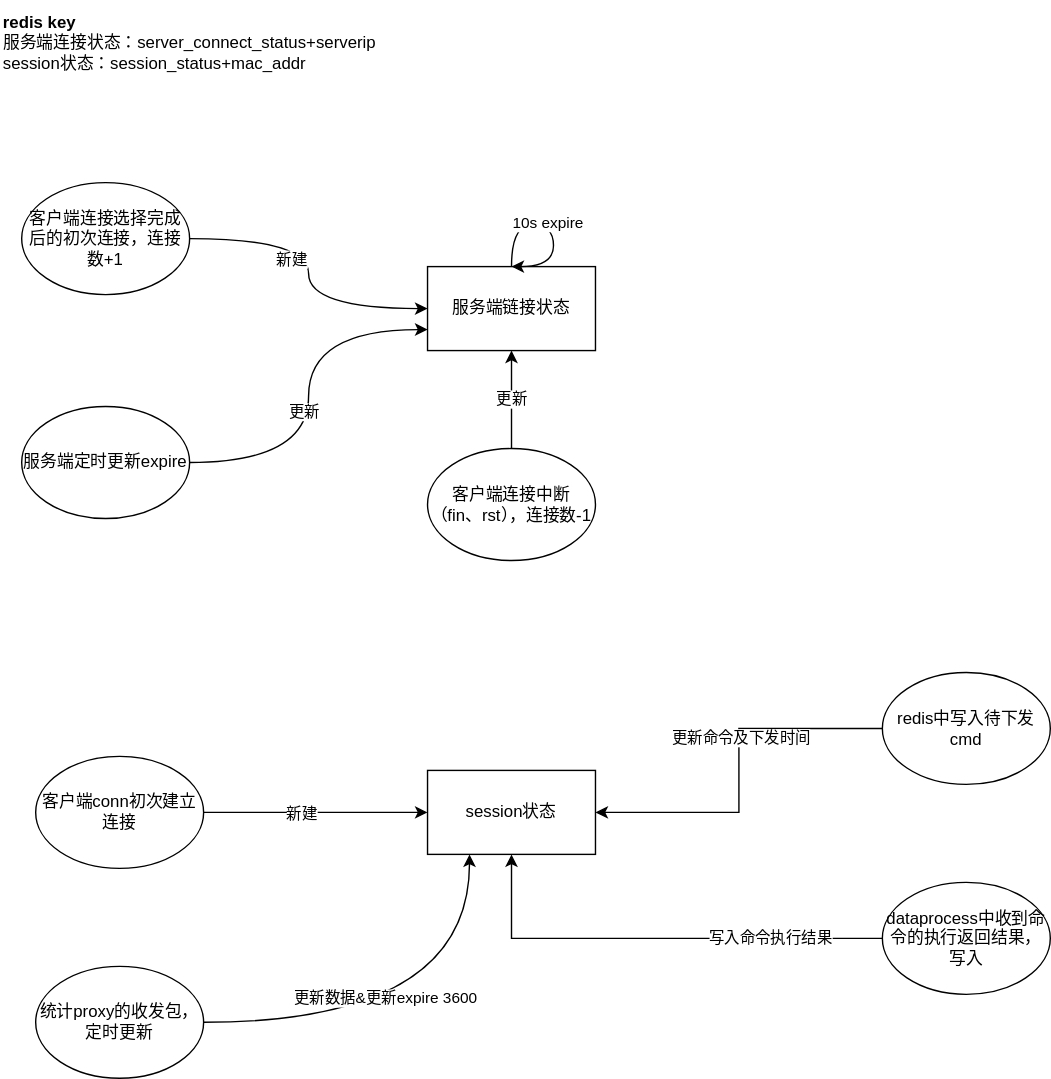
Earlier version of the draw.io export tc_redis统计数据状态转移图.svg (c17abab/diag_pics). Source tidied: cells renumbered, new cells last; positions are measured from the earlier drawing's top-left corner, leaving out a move shared by most shapes. Its diagram source:
```xml
<mxGraphModel background="#ffffff">
  <root>
    <mxCell id="0" />
    <mxCell id="1" parent="0" />
    <mxCell id="2" value="服务端链接状态" style="rounded=0;whiteSpace=wrap;html=1;" parent="1" vertex="1">
      <mxGeometry x="305" y="190" width="120" height="60" as="geometry" />
    </mxCell>
    <mxCell id="3" value="session状态" style="rounded=0;whiteSpace=wrap;html=1;" parent="1" vertex="1">
      <mxGeometry x="305" y="550" width="120" height="60" as="geometry" />
    </mxCell>
    <mxCell id="4" value="&lt;b&gt;redis key&lt;/b&gt;&lt;br&gt;服务端连接状态：server_connect_status+serverip&lt;br&gt;session状态：session_status+mac_addr" style="text;html=1;strokeColor=none;fillColor=none;align=left;verticalAlign=middle;whiteSpace=wrap;rounded=0;" parent="1" vertex="1">
      <mxGeometry width="280" height="60" as="geometry" />
    </mxCell>
    <mxCell id="5" style="edgeStyle=orthogonalEdgeStyle;curved=1;rounded=0;jettySize=auto;html=1;entryX=0;entryY=0.5;entryDx=0;entryDy=0;" parent="1" edge="1" source="7" target="2">
      <mxGeometry relative="1" as="geometry" />
    </mxCell>
    <mxCell id="6" value="新建" style="edgeLabel;html=1;align=center;verticalAlign=middle;" parent="5" vertex="1">
      <mxGeometry x="-0.1" y="-13" relative="1" as="geometry" />
    </mxCell>
    <mxCell id="7" value="客户端连接选择完成后的初次连接，连接数+1" style="ellipse;whiteSpace=wrap;html=1;" parent="1" vertex="1">
      <mxGeometry x="15" y="130" width="120" height="80" as="geometry" />
    </mxCell>
    <mxCell id="8" style="edgeStyle=orthogonalEdgeStyle;curved=1;rounded=0;orthogonalLoop=1;jettySize=auto;html=1;entryX=0.5;entryY=0;entryDx=0;entryDy=0;" parent="1" edge="1" source="2" target="2">
      <mxGeometry relative="1" as="geometry">
        <Array as="points">
          <mxPoint x="365" y="160" />
          <mxPoint x="395" y="160" />
          <mxPoint x="395" y="190" />
        </Array>
      </mxGeometry>
    </mxCell>
    <mxCell id="9" value="10s expire" style="edgeLabel;html=1;align=center;verticalAlign=middle;" parent="8" vertex="1">
      <mxGeometry x="-0.09" y="2" relative="1" as="geometry" />
    </mxCell>
    <mxCell id="10" style="edgeStyle=orthogonalEdgeStyle;curved=1;rounded=0;jettySize=auto;html=1;entryX=0;entryY=0.75;entryDx=0;entryDy=0;" parent="1" edge="1" source="12" target="2">
      <mxGeometry relative="1" as="geometry" />
    </mxCell>
    <mxCell id="11" value="更新" style="edgeLabel;html=1;align=center;verticalAlign=middle;" parent="10" vertex="1">
      <mxGeometry x="-0.08" y="4" relative="1" as="geometry" />
    </mxCell>
    <mxCell id="12" value="服务端定时更新expire" style="ellipse;whiteSpace=wrap;html=1;" parent="1" vertex="1">
      <mxGeometry x="15" y="290" width="120" height="80" as="geometry" />
    </mxCell>
    <mxCell id="13" value="更新" style="edgeStyle=orthogonalEdgeStyle;curved=1;rounded=0;jettySize=auto;html=1;" parent="1" edge="1" source="14" target="2">
      <mxGeometry relative="1" as="geometry" />
    </mxCell>
    <mxCell id="14" value="客户端连接中断（fin、rst），连接数-1" style="ellipse;whiteSpace=wrap;html=1;" parent="1" vertex="1">
      <mxGeometry x="305" y="320" width="120" height="80" as="geometry" />
    </mxCell>
    <mxCell id="15" style="edgeStyle=orthogonalEdgeStyle;curved=1;rounded=0;jettySize=auto;html=1;" parent="1" edge="1" source="17" target="3">
      <mxGeometry relative="1" as="geometry" />
    </mxCell>
    <mxCell id="16" value="新建" style="edgeLabel;html=1;align=center;verticalAlign=middle;" parent="15" vertex="1">
      <mxGeometry x="-0.14" relative="1" as="geometry" />
    </mxCell>
    <mxCell id="17" value="客户端conn初次建立连接" style="ellipse;whiteSpace=wrap;html=1;" parent="1" vertex="1">
      <mxGeometry x="25" y="540" width="120" height="80" as="geometry" />
    </mxCell>
    <mxCell id="18" style="edgeStyle=orthogonalEdgeStyle;curved=1;rounded=0;jettySize=auto;html=1;entryX=0.25;entryY=1;entryDx=0;entryDy=0;" parent="1" edge="1" source="20" target="3">
      <mxGeometry relative="1" as="geometry" />
    </mxCell>
    <mxCell id="19" value="更新数据&amp;amp;更新expire 3600" style="edgeLabel;html=1;align=center;verticalAlign=middle;" parent="18" vertex="1">
      <mxGeometry x="-0.17" y="18" relative="1" as="geometry" />
    </mxCell>
    <mxCell id="20" value="统计proxy的收发包，定时更新" style="ellipse;whiteSpace=wrap;html=1;" parent="1" vertex="1">
      <mxGeometry x="25" y="690" width="120" height="80" as="geometry" />
    </mxCell>
    <mxCell id="21" style="edgeStyle=orthogonalEdgeStyle;rounded=0;jettySize=auto;html=1;" parent="1" edge="1" source="23" target="3">
      <mxGeometry relative="1" as="geometry" />
    </mxCell>
    <mxCell id="22" value="更新命令及下发时间" style="edgeLabel;html=1;align=center;verticalAlign=middle;" parent="21" vertex="1">
      <mxGeometry x="-0.18" y="1" relative="1" as="geometry" />
    </mxCell>
    <mxCell id="23" value="redis中写入待下发cmd" style="ellipse;whiteSpace=wrap;html=1;" parent="1" vertex="1">
      <mxGeometry x="630" y="480" width="120" height="80" as="geometry" />
    </mxCell>
    <mxCell id="24" style="edgeStyle=orthogonalEdgeStyle;rounded=0;jettySize=auto;html=1;" parent="1" edge="1" source="26" target="3">
      <mxGeometry relative="1" as="geometry" />
    </mxCell>
    <mxCell id="25" value="写入命令执行结果" style="edgeLabel;html=1;align=center;verticalAlign=middle;" parent="24" vertex="1">
      <mxGeometry x="-0.5" y="-1" relative="1" as="geometry" />
    </mxCell>
    <mxCell id="26" value="dataprocess中收到命令的执行返回结果，写入" style="ellipse;whiteSpace=wrap;html=1;" parent="1" vertex="1">
      <mxGeometry x="630" y="630" width="120" height="80" as="geometry" />
    </mxCell>
  </root>
</mxGraphModel>
```
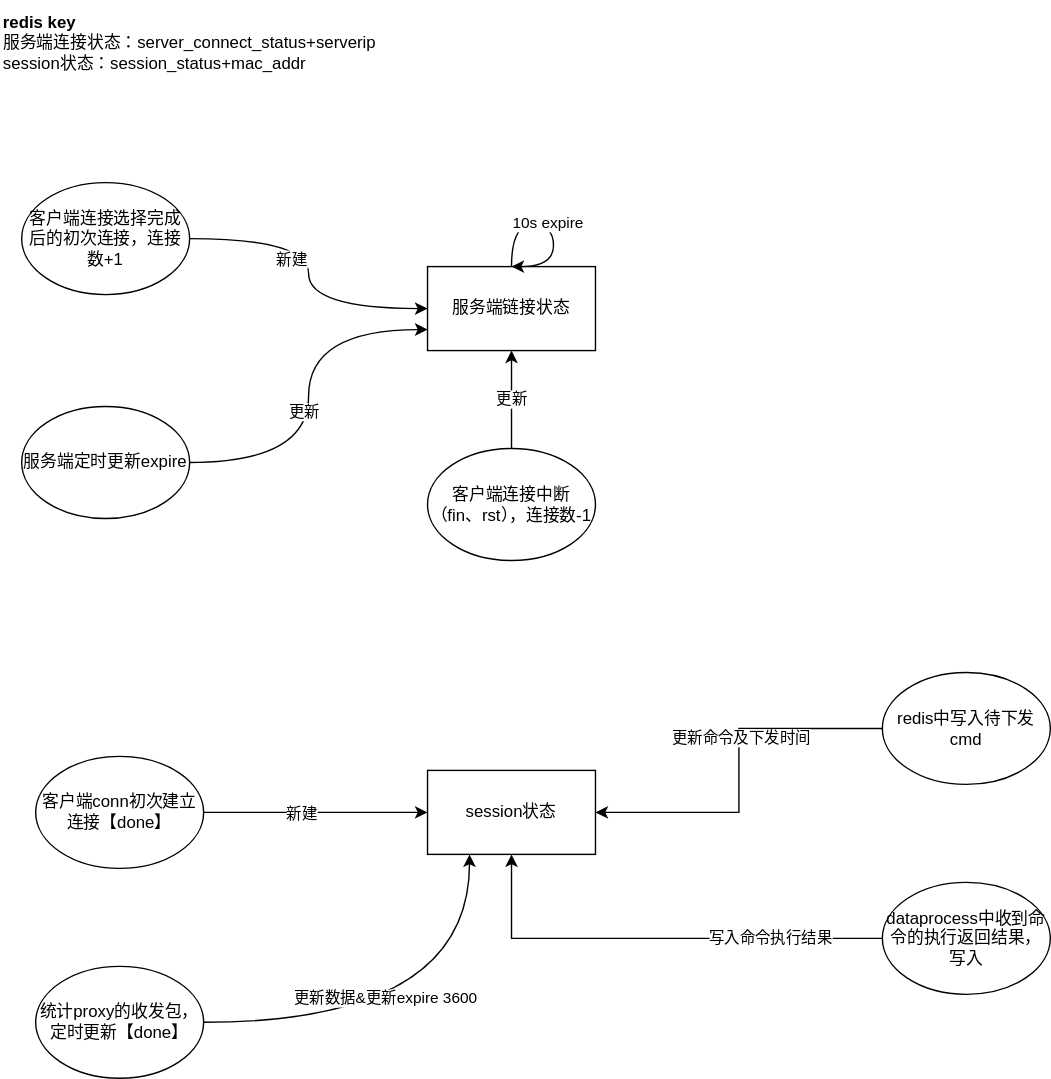
After the commit.

Commit message:
更新tc_redis统计数据状态转移图.svg

Diff of the diagram source:
```diff
@@ -53,7 +53,7 @@
     <mxCell id="16" value="新建" style="edgeLabel;html=1;align=center;verticalAlign=middle;" parent="15" vertex="1">
       <mxGeometry x="-0.14" relative="1" as="geometry" />
     </mxCell>
-    <mxCell id="17" value="客户端conn初次建立连接" style="ellipse;whiteSpace=wrap;html=1;" parent="1" vertex="1">
+    <mxCell id="17" value="客户端conn初次建立连接【done】" style="ellipse;whiteSpace=wrap;html=1;" parent="1" vertex="1">
       <mxGeometry x="25" y="540" width="120" height="80" as="geometry" />
     </mxCell>
     <mxCell id="18" style="edgeStyle=orthogonalEdgeStyle;curved=1;rounded=0;jettySize=auto;html=1;entryX=0.25;entryY=1;entryDx=0;entryDy=0;" parent="1" edge="1" source="20" target="3">
@@ -62,7 +62,7 @@
     <mxCell id="19" value="更新数据&amp;amp;更新expire 3600" style="edgeLabel;html=1;align=center;verticalAlign=middle;" parent="18" vertex="1">
       <mxGeometry x="-0.17" y="18" relative="1" as="geometry" />
     </mxCell>
-    <mxCell id="20" value="统计proxy的收发包，定时更新" style="ellipse;whiteSpace=wrap;html=1;" parent="1" vertex="1">
+    <mxCell id="20" value="统计proxy的收发包，定时更新【done】" style="ellipse;whiteSpace=wrap;html=1;" parent="1" vertex="1">
       <mxGeometry x="25" y="690" width="120" height="80" as="geometry" />
     </mxCell>
     <mxCell id="21" style="edgeStyle=orthogonalEdgeStyle;rounded=0;jettySize=auto;html=1;" parent="1" edge="1" source="23" target="3">
```
